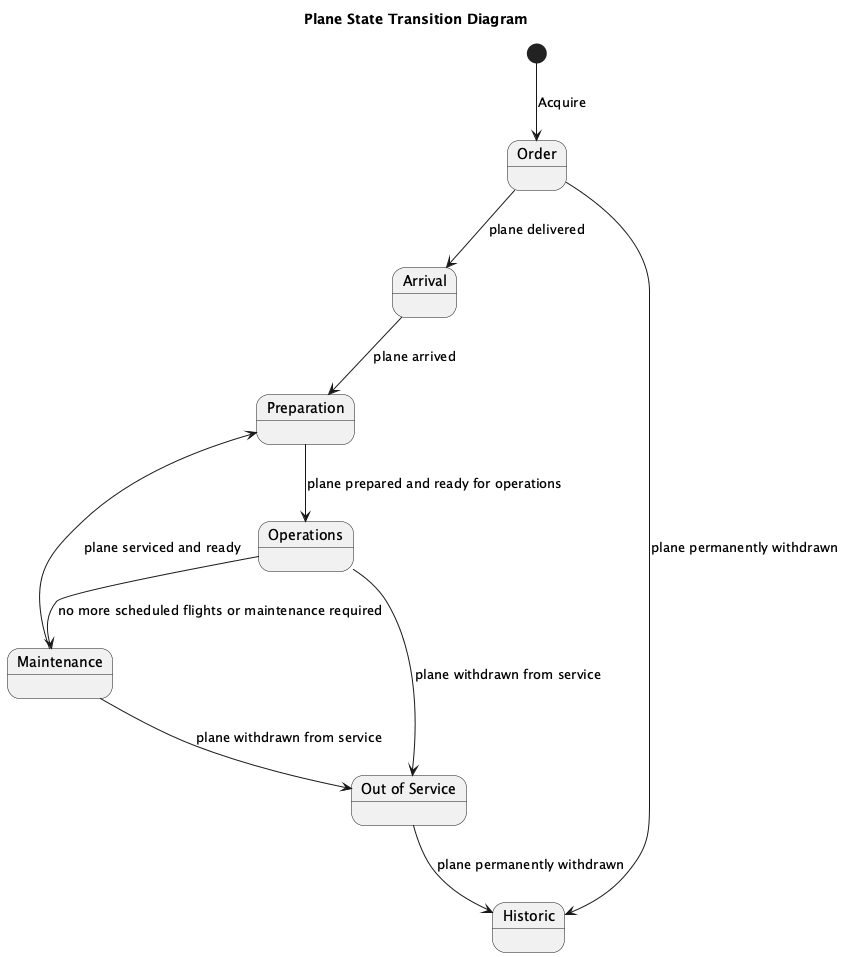
The PlantUML diagram results/plantuml_pipeline/ensemble_stacked_llm/runs/ensemble__all_methods__candidate_pool__stacked_llm/case_65_plane/ensemble.png in maimunafaria/State_transition_Diagram_generated_by_LLM, before a commit. Source of this version:
```plantuml
@startuml
title Plane State Transition Diagram

[*] --> Order : Acquire

state Order
state "Arrival" as Arrival
state Preparation
state Operations
state Maintenance
state "Out of Service" as OutOfService
state Historic

Order --> Arrival : plane delivered
Arrival --> Preparation : plane arrived
Preparation --> Operations : plane prepared and ready for operations
Operations --> Maintenance : no more scheduled flights or maintenance required
Maintenance --> Preparation : plane serviced and ready
Operations --> OutOfService : plane withdrawn from service
Maintenance --> OutOfService : plane withdrawn from service
OutOfService --> Historic : plane permanently withdrawn
Order --> Historic : plane permanently withdrawn

@enduml
```
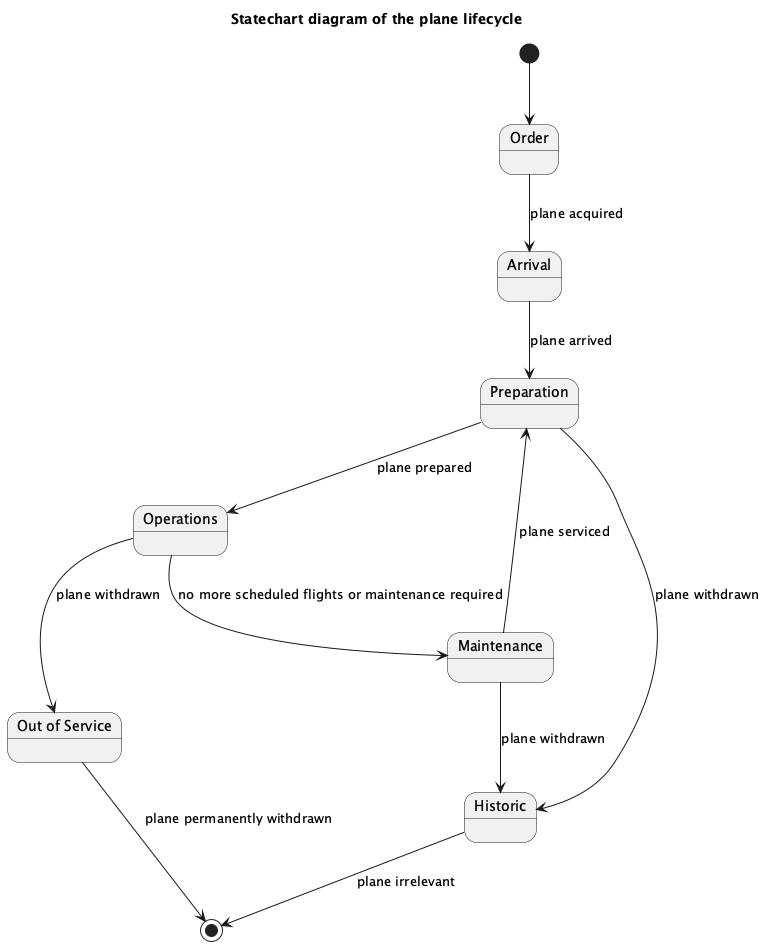
After the commit.

The edit, as a diff of the source:
```diff
@@ -1,8 +1,7 @@
 @startuml
-title Plane State Transition Diagram
+title Statechart diagram of the plane lifecycle
 
-[*] --> Order : Acquire
-
+[*] --> Order
 state Order
 state "Arrival" as Arrival
 state Preparation
@@ -11,14 +10,15 @@
 state "Out of Service" as OutOfService
 state Historic
 
-Order --> Arrival : plane delivered
+Order --> Arrival : plane acquired
 Arrival --> Preparation : plane arrived
-Preparation --> Operations : plane prepared and ready for operations
+Preparation --> Operations : plane prepared
 Operations --> Maintenance : no more scheduled flights or maintenance required
-Maintenance --> Preparation : plane serviced and ready
-Operations --> OutOfService : plane withdrawn from service
-Maintenance --> OutOfService : plane withdrawn from service
-OutOfService --> Historic : plane permanently withdrawn
-Order --> Historic : plane permanently withdrawn
+Maintenance --> Preparation : plane serviced
+Operations --> OutOfService : plane withdrawn
+Preparation --> Historic : plane withdrawn
+Maintenance --> Historic : plane withdrawn
+OutOfService --> [*] : plane permanently withdrawn
+Historic --> [*] : plane irrelevant
 
 @enduml
```
